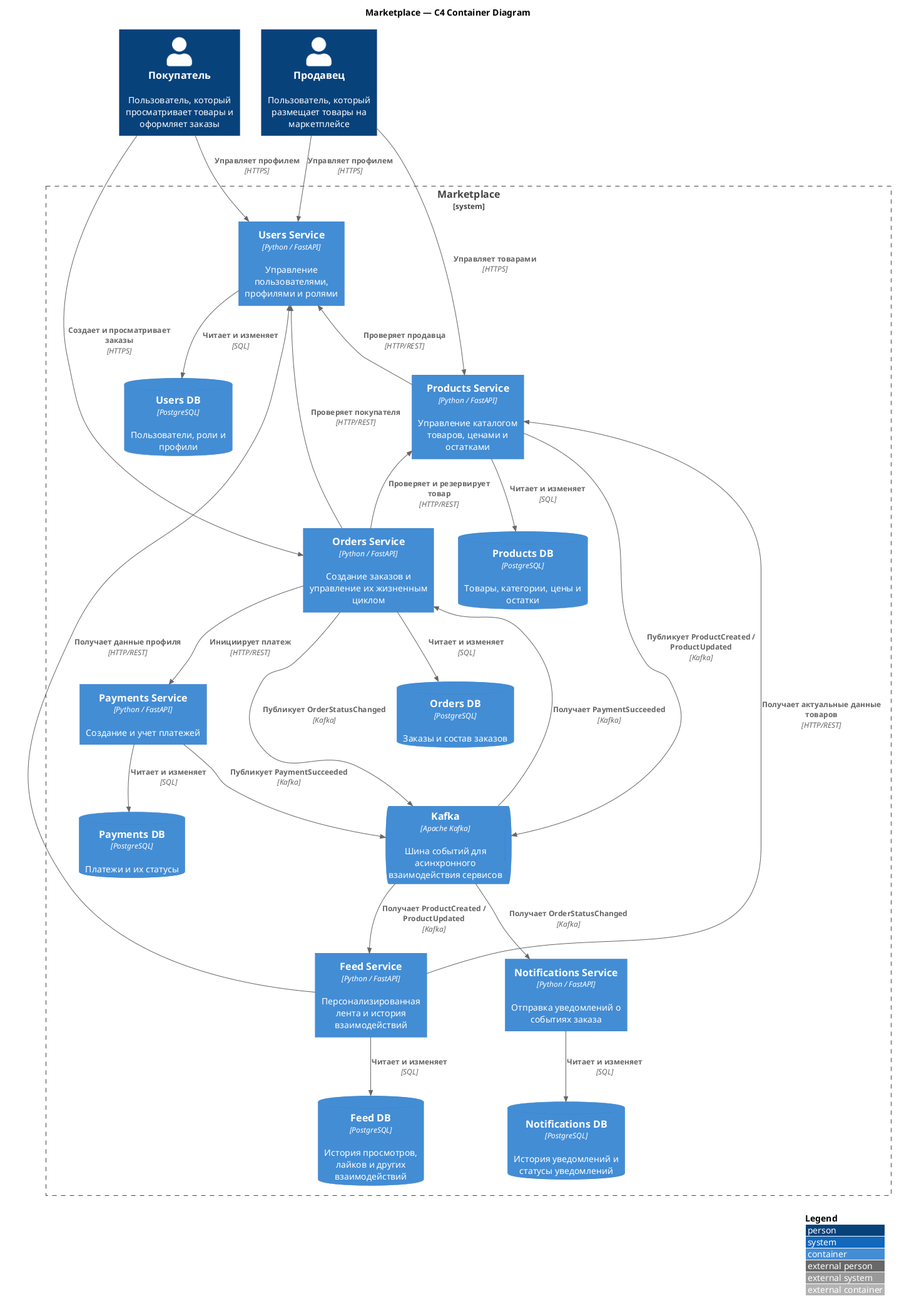
Above: docs/marketplace-c4-container.png in ArslanGalyaviev/marketplace (PlantUML), before the change. The source it was exported from:
```plantuml
@startuml marketplace-c4-container

!include https://raw.githubusercontent.com/plantuml-stdlib/C4-PlantUML/master/C4_Container.puml

title Marketplace — C4 Container Diagram

LAYOUT_WITH_LEGEND()

Person(buyer, "Покупатель", "Пользователь, который просматривает товары и оформляет заказы")
Person(seller, "Продавец", "Пользователь, который размещает товары на маркетплейсе")

System_Boundary(marketplace, "Marketplace") {

    Container(users, "Users Service", "Python / FastAPI", "Управление пользователями, профилями и ролями")

    Container(products, "Products Service", "Python / FastAPI", "Управление каталогом товаров, ценами и остатками")

    Container(orders, "Orders Service", "Python / FastAPI", "Создание заказов и управление их жизненным циклом")

    Container(payments, "Payments Service", "Python / FastAPI", "Создание и учет платежей")

    Container(notifications, "Notifications Service", "Python / FastAPI", "Отправка уведомлений о событиях заказа")

    Container(feed, "Feed Service", "Python / FastAPI", "Персонализированная лента и история взаимодействий")

    ContainerDb(usersDb, "Users DB", "PostgreSQL", "Пользователи, роли и профили")

    ContainerDb(productsDb, "Products DB", "PostgreSQL", "Товары, категории, цены и остатки")

    ContainerDb(ordersDb, "Orders DB", "PostgreSQL", "Заказы и состав заказов")

    ContainerDb(paymentsDb, "Payments DB", "PostgreSQL", "Платежи и их статусы")

    ContainerDb(notificationsDb, "Notifications DB", "PostgreSQL", "История уведомлений и статусы уведомлений")

    ContainerDb(feedDb, "Feed DB", "PostgreSQL", "История просмотров, лайков и других взаимодействий")

    ContainerQueue(kafka, "Kafka", "Apache Kafka", "Шина событий для асинхронного взаимодействия сервисов")
}
Lay_R(buyer, seller)

Lay_R(users, products)
Lay_R(products, orders)

Lay_D(users, usersDb)
Lay_D(products, productsDb)
Lay_D(orders, ordersDb)

Lay_D(payments, paymentsDb)
Lay_D(notifications, notificationsDb)
Lay_D(feed, feedDb)

Lay_R(payments, kafka)
Lay_R(kafka, notifications)
Lay_R(kafka, feed)
Lay_R(kafka, orders)
Rel(buyer, users, "Управляет профилем", "HTTPS")
Rel(seller, users, "Управляет профилем", "HTTPS")

Rel(users, usersDb, "Читает и изменяет", "SQL")

Rel(seller, products, "Управляет товарами", "HTTPS")
Rel(products, users, "Проверяет продавца", "HTTP/REST")
Rel(products, productsDb, "Читает и изменяет", "SQL")

Rel(buyer, orders, "Создает и просматривает заказы", "HTTPS")
Rel(orders, users, "Проверяет покупателя", "HTTP/REST")
Rel(orders, products, "Проверяет и резервирует товар", "HTTP/REST")
Rel(orders, payments, "Инициирует платеж", "HTTP/REST")
Rel(orders, ordersDb, "Читает и изменяет", "SQL")

Rel(payments, paymentsDb, "Читает и изменяет", "SQL")
Rel(payments, kafka, "Публикует PaymentSucceeded", "Kafka")

Rel(orders, kafka, "Публикует OrderStatusChanged", "Kafka")

Rel(products, kafka, "Публикует ProductCreated / ProductUpdated", "Kafka")
Rel(kafka, orders, "Получает PaymentSucceeded", "Kafka")
Rel(kafka, notifications, "Получает OrderStatusChanged", "Kafka")
Rel(notifications, notificationsDb, "Читает и изменяет", "SQL")

Rel(kafka, feed, "Получает ProductCreated / ProductUpdated", "Kafka")
Rel(feed, users, "Получает данные профиля", "HTTP/REST")
Rel(feed, products, "Получает актуальные данные товаров", "HTTP/REST")
Rel(feed, feedDb, "Читает и изменяет", "SQL")

@enduml
```
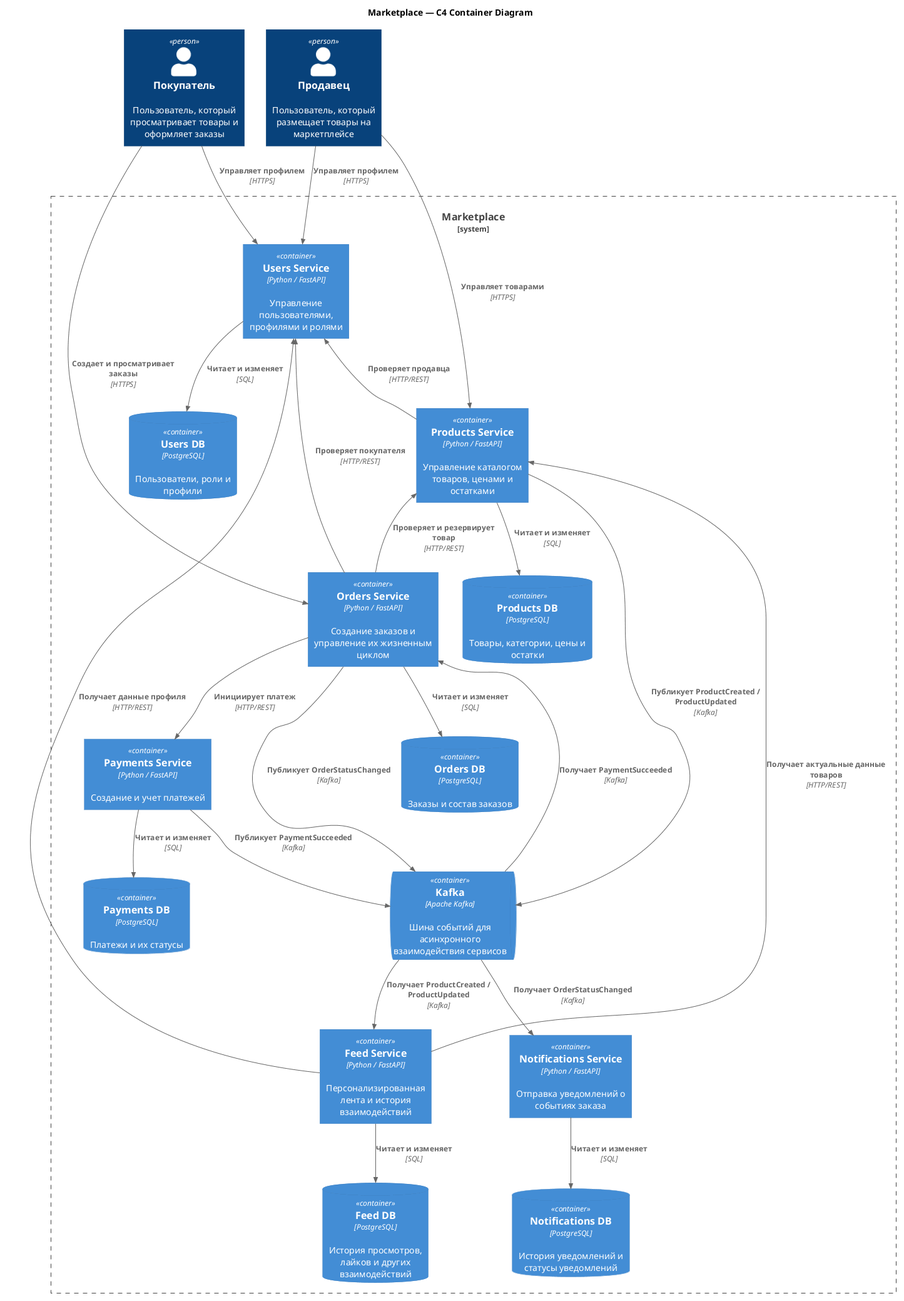
Above is the later version.

Commit message:
Remove unnecessary C4 legend

What changed in the source:
```diff
@@ -3,8 +3,6 @@
 !include https://raw.githubusercontent.com/plantuml-stdlib/C4-PlantUML/master/C4_Container.puml
 
 title Marketplace — C4 Container Diagram
-
-LAYOUT_WITH_LEGEND()
 
 Person(buyer, "Покупатель", "Пользователь, который просматривает товары и оформляет заказы")
 Person(seller, "Продавец", "Пользователь, который размещает товары на маркетплейсе")
```
